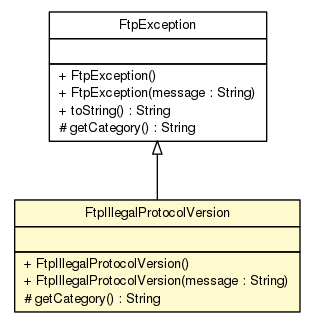
Above: apidocs/com/apporiented/hermesftp/exception/FtpIllegalProtocolVersion.png in lbehnke/hermesftp (Graphviz), before the change. Its source is kept beside it as apidocs/com/apporiented/hermesftp/exception/FtpIllegalProtocolVersion.dot.
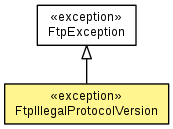
Above is the later version.

Change to the diagram source:
```diff
@@ -4,7 +4,7 @@
 	node [fontname="Helvetica",fontsize=10,shape=plaintext];
 	nodesep=0.25;
 	ranksep=0.5;
-	c3748 [label=<<table title="com.apporiented.hermesftp.exception.FtpIllegalProtocolVersion" border="0" cellborder="1" cellspacing="0" cellpadding="2" port="p" bgcolor="lemonChiffon" href="./FtpIllegalProtocolVersion.html">
+	c3747 [label=<<table title="com.apporiented.hermesftp.exception.FtpIllegalProtocolVersion" border="0" cellborder="1" cellspacing="0" cellpadding="2" port="p" bgcolor="lemonChiffon" href="./FtpIllegalProtocolVersion.html">
 		<tr><td><table border="0" cellspacing="0" cellpadding="1">
 <tr><td align="center" balign="center"> FtpIllegalProtocolVersion </td></tr>
 		</table></td></tr>
@@ -17,7 +17,7 @@
 <tr><td align="left" balign="left"> # getCategory() : String </td></tr>
 		</table></td></tr>
 		</table>>, fontname="Helvetica", fontcolor="black", fontsize=10.0];
-	c3750 [label=<<table title="com.apporiented.hermesftp.exception.FtpException" border="0" cellborder="1" cellspacing="0" cellpadding="2" port="p" href="./FtpException.html">
+	c3749 [label=<<table title="com.apporiented.hermesftp.exception.FtpException" border="0" cellborder="1" cellspacing="0" cellpadding="2" port="p" href="./FtpException.html">
 		<tr><td><table border="0" cellspacing="0" cellpadding="1">
 <tr><td align="center" balign="center"> FtpException </td></tr>
 		</table></td></tr>
@@ -31,5 +31,5 @@
 <tr><td align="left" balign="left"> # getCategory() : String </td></tr>
 		</table></td></tr>
 		</table>>, fontname="Helvetica", fontcolor="black", fontsize=10.0];
-	c3750:p -> c3748:p [dir=back,arrowtail=empty];
+	c3749:p -> c3747:p [dir=back,arrowtail=empty];
 }
```
